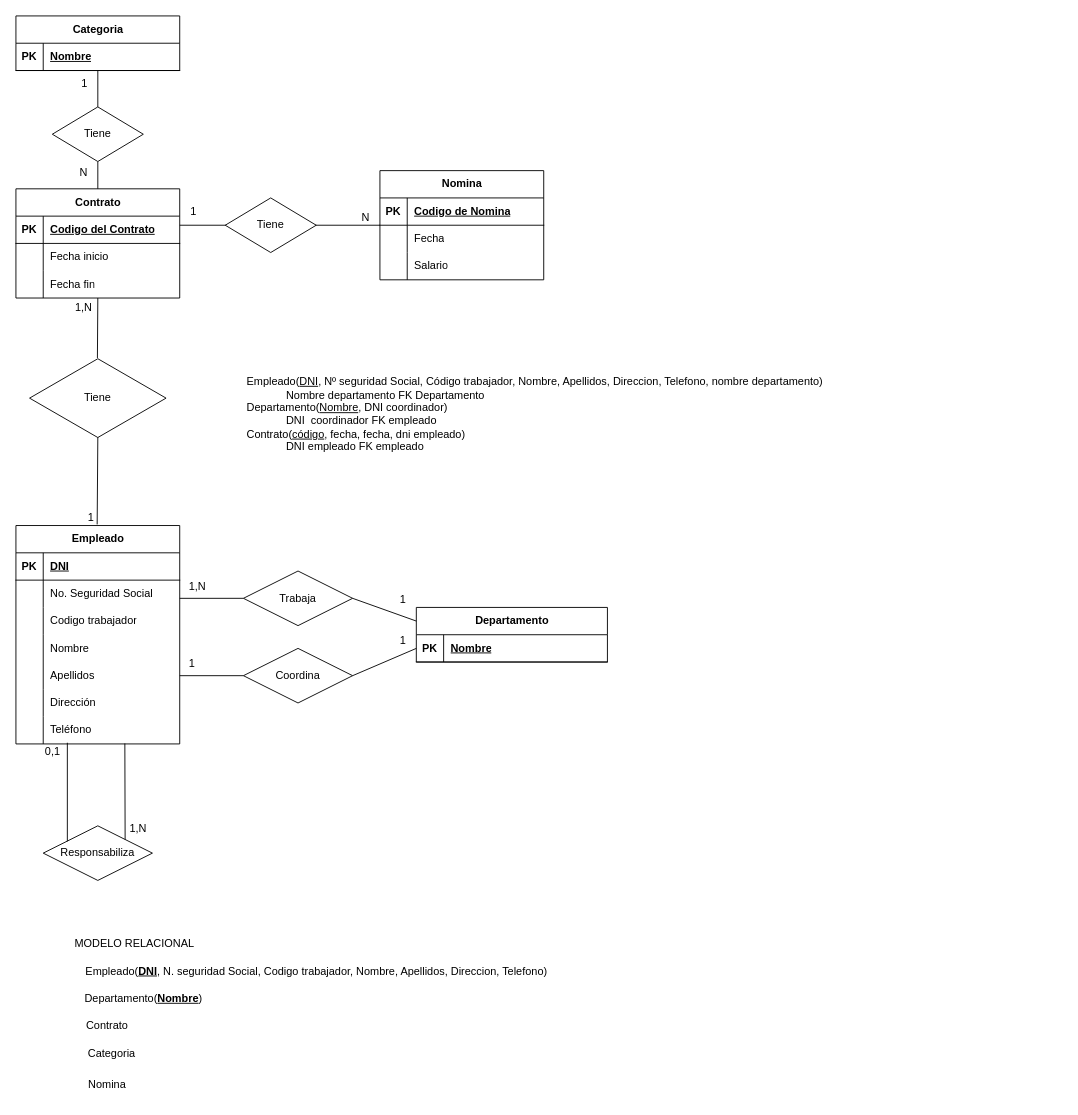
BasementHalfStackDev/ejercicios-ud12 keeps this draw.io diagram as Ejercicio_7_Organigrama.drawio. Above is the earlier version. Source tidied: cells renumbered, new cells numbered last; positions are measured from the earlier drawing's top-left corner, leaving out a move shared by most shapes. Both pictures are drawn from the tidied source at 91%, with x=0, y=0 at pixel (15, 15).
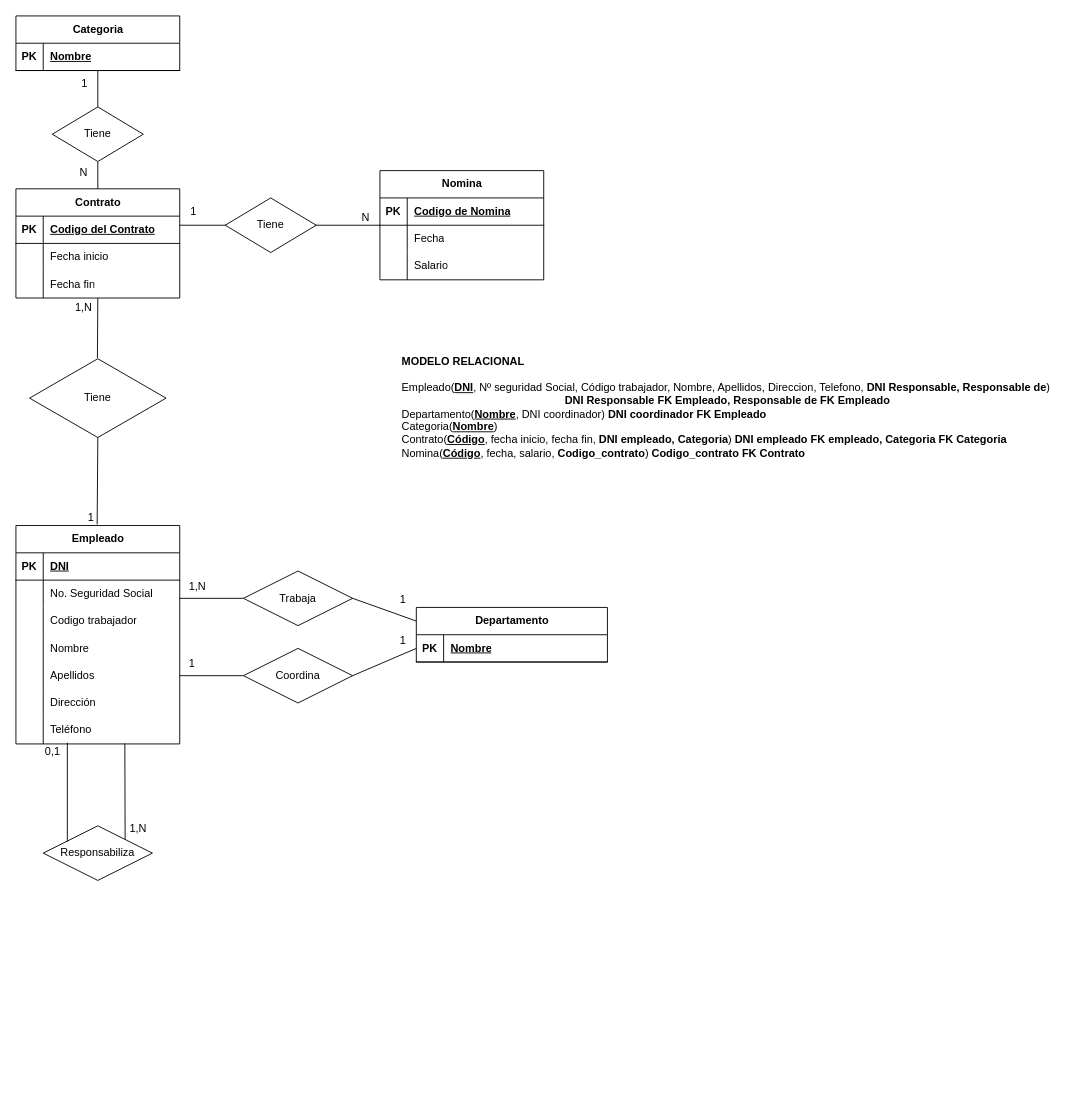
After the change.

The edit, as a diff of the source:
```diff
@@
-    <mxCell id="82" value="MODELO RELACIONAL" style="text;html=1;align=center;verticalAlign=middle;strokeColor=none;fillColor=none;" parent="1" vertex="1">
-      <mxGeometry x="55" y="1005" width="150" height="30" as="geometry" />
-    </mxCell>
-    <mxCell id="83" value="Empleado(&lt;b&gt;&lt;u&gt;DNI&lt;/u&gt;&lt;/b&gt;, N. seguridad Social, Codigo trabajador, Nombre, Apellidos, Direccion, Telefono)" style="text;html=1;align=center;verticalAlign=middle;strokeColor=none;fillColor=none;" parent="1" vertex="1">
-      <mxGeometry x="65" y="1035" width="530" height="30" as="geometry" />
-    </mxCell>
-    <mxCell id="84" value="Departamento(&lt;b&gt;&lt;u&gt;Nombre&lt;/u&gt;&lt;/b&gt;)" style="text;html=1;align=center;verticalAlign=middle;strokeColor=none;fillColor=none;" parent="1" vertex="1">
-      <mxGeometry x="65" y="1065" width="150" height="30" as="geometry" />
-    </mxCell>
-    <mxCell id="85" value="Contrato" style="text;html=1;align=center;verticalAlign=middle;strokeColor=none;fillColor=none;" parent="1" vertex="1">
-      <mxGeometry x="65" y="1095" width="70" height="30" as="geometry" />
-    </mxCell>
-    <mxCell id="86" value="Categoria" style="text;html=1;align=center;verticalAlign=middle;strokeColor=none;fillColor=none;" parent="1" vertex="1">
-      <mxGeometry x="65" y="1125" width="80" height="30" as="geometry" />
-    </mxCell>
-    <mxCell id="87" value="Nomina" style="text;html=1;align=center;verticalAlign=middle;strokeColor=none;fillColor=none;" parent="1" vertex="1">
-      <mxGeometry x="70" y="1160" width="60" height="30" as="geometry" />
-    </mxCell>
-    <mxCell id="88" value="Empleado(&lt;u style=&quot;border-color: var(--border-color);&quot;&gt;DNI&lt;/u&gt;, Nº seguridad Social, Código trabajador, Nombre, Apellidos, Direccion, Telefono&lt;span style=&quot;&quot;&gt;, nombre departamento) &lt;br&gt;&lt;div style=&quot;text-align: left;&quot;&gt;&lt;span style=&quot;background-color: initial;&quot;&gt;&amp;nbsp; &amp;nbsp; &amp;nbsp; &amp;nbsp; &amp;nbsp; &amp;nbsp; &amp;nbsp;Nombre departamento FK Departamento&lt;/span&gt;&lt;/div&gt;&lt;/span&gt;&lt;div style=&quot;border-color: var(--border-color); text-align: left;&quot;&gt;Departamento(&lt;u style=&quot;border-color: var(--border-color);&quot;&gt;Nombre&lt;/u&gt;, DNI coordinador)&lt;/div&gt;&lt;div style=&quot;border-color: var(--border-color); text-align: left;&quot;&gt;&amp;nbsp; &amp;nbsp; &amp;nbsp; &amp;nbsp; &amp;nbsp; &amp;nbsp; &amp;nbsp;DNI&amp;nbsp; coordinador FK empleado&amp;nbsp;&lt;/div&gt;&lt;div style=&quot;border-color: var(--border-color); text-align: left;&quot;&gt;Contrato(&lt;u style=&quot;border-color: var(--border-color);&quot;&gt;código&lt;/u&gt;, fecha, fecha, dni empleado)&lt;/div&gt;&lt;div style=&quot;border-color: var(--border-color); text-align: left;&quot;&gt;&amp;nbsp; &amp;nbsp; &amp;nbsp; &amp;nbsp; &amp;nbsp; &amp;nbsp; &amp;nbsp;DNI empleado FK empleado&lt;/div&gt;&lt;div style=&quot;border-color: var(--border-color); text-align: left;&quot;&gt;&lt;br&gt;&lt;/div&gt;" style="text;html=1;align=center;verticalAlign=middle;strokeColor=none;fillColor=none;" parent="1" vertex="1">
-      <mxGeometry x="240" y="390" width="660" height="110" as="geometry" />
+    <mxCell id="88" value="&lt;div style=&quot;text-align: left;&quot;&gt;&lt;b&gt;MODELO RELACIONAL&lt;/b&gt;&lt;/div&gt;&lt;div style=&quot;text-align: left;&quot;&gt;&lt;br&gt;&lt;/div&gt;Empleado(&lt;u style=&quot;border-color: var(--border-color);&quot;&gt;&lt;b&gt;DNI&lt;/b&gt;&lt;/u&gt;, Nº seguridad Social, Código trabajador, Nombre, Apellidos, Direccion, Telefono, &lt;b&gt;DNI Responsable, Responsable de&lt;/b&gt;)&lt;br&gt;&amp;nbsp;&lt;b&gt;DNI Responsable FK Empleado, Responsable de FK Empleado&lt;/b&gt;&lt;div style=&quot;border-color: var(--border-color); text-align: left;&quot;&gt;Departamento(&lt;u style=&quot;border-color: var(--border-color);&quot;&gt;&lt;b&gt;Nombre&lt;/b&gt;&lt;/u&gt;, DNI coordinador)&amp;nbsp;&lt;b style=&quot;background-color: initial;&quot;&gt;DNI coordinador FK Empleado&lt;/b&gt;&lt;/div&gt;&lt;div style=&quot;border-color: var(--border-color); text-align: left;&quot;&gt;&lt;span style=&quot;background-color: initial;&quot;&gt;Categoria(&lt;b&gt;&lt;u&gt;Nombre&lt;/u&gt;&lt;/b&gt;)&lt;/span&gt;&lt;/div&gt;&lt;div style=&quot;border-color: var(--border-color); text-align: left;&quot;&gt;Contrato(&lt;b&gt;&lt;u&gt;C&lt;/u&gt;&lt;/b&gt;&lt;u style=&quot;border-color: var(--border-color);&quot;&gt;&lt;b&gt;ódigo&lt;/b&gt;&lt;/u&gt;, fecha inicio, fecha fin, &lt;b&gt;DNI empleado, Categoria&lt;/b&gt;)&amp;nbsp;&lt;span style=&quot;background-color: initial;&quot;&gt;&lt;b&gt;DNI empleado FK empleado, Categoria FK Categoria&lt;/b&gt;&lt;/span&gt;&lt;/div&gt;&lt;div style=&quot;border-color: var(--border-color); text-align: left;&quot;&gt;&lt;span style=&quot;background-color: initial;&quot;&gt;Nomina(&lt;u style=&quot;font-weight: bold;&quot;&gt;Código&lt;/u&gt;, fecha, salario, &lt;b&gt;Codigo_contrato&lt;/b&gt;) &lt;b&gt;Codigo_contrato FK Contrato&lt;/b&gt;&lt;/span&gt;&lt;/div&gt;" style="text;html=1;align=center;verticalAlign=middle;strokeColor=none;fillColor=none;" parent="1" vertex="1">
+      <mxGeometry x="410" y="365" width="740" height="130" as="geometry" />
     </mxCell>
```
